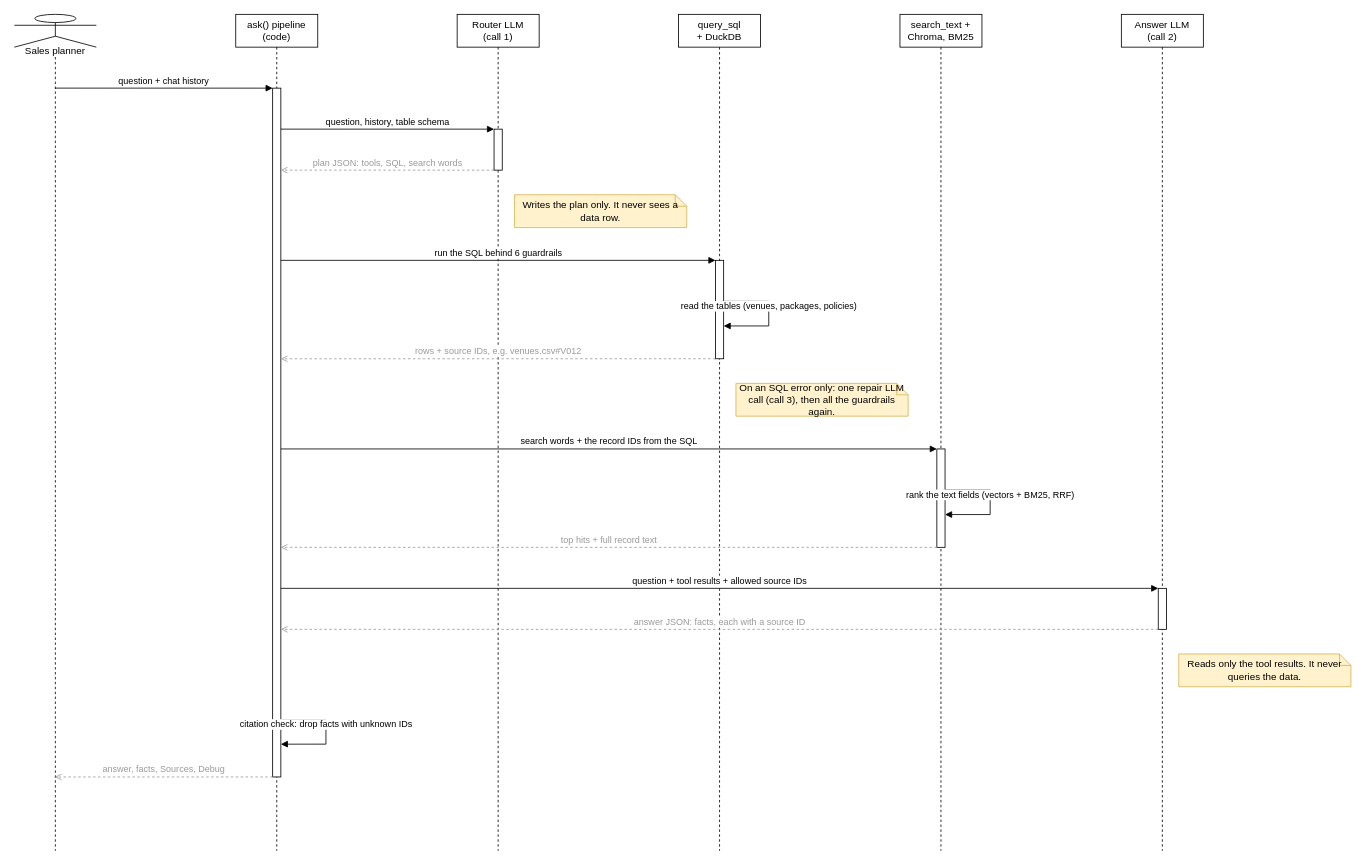
Earlier version of the draw.io diagram docs/diagrams/llm-calls.drawio (jaco-verryne/event-ai). Source tidied: cells renumbered, new cells numbered last; positions are measured from the earlier drawing's top-left corner, leaving out a move shared by most shapes. Both pictures are drawn from the tidied source at 82%, with x=0, y=0 at pixel (14, 14).
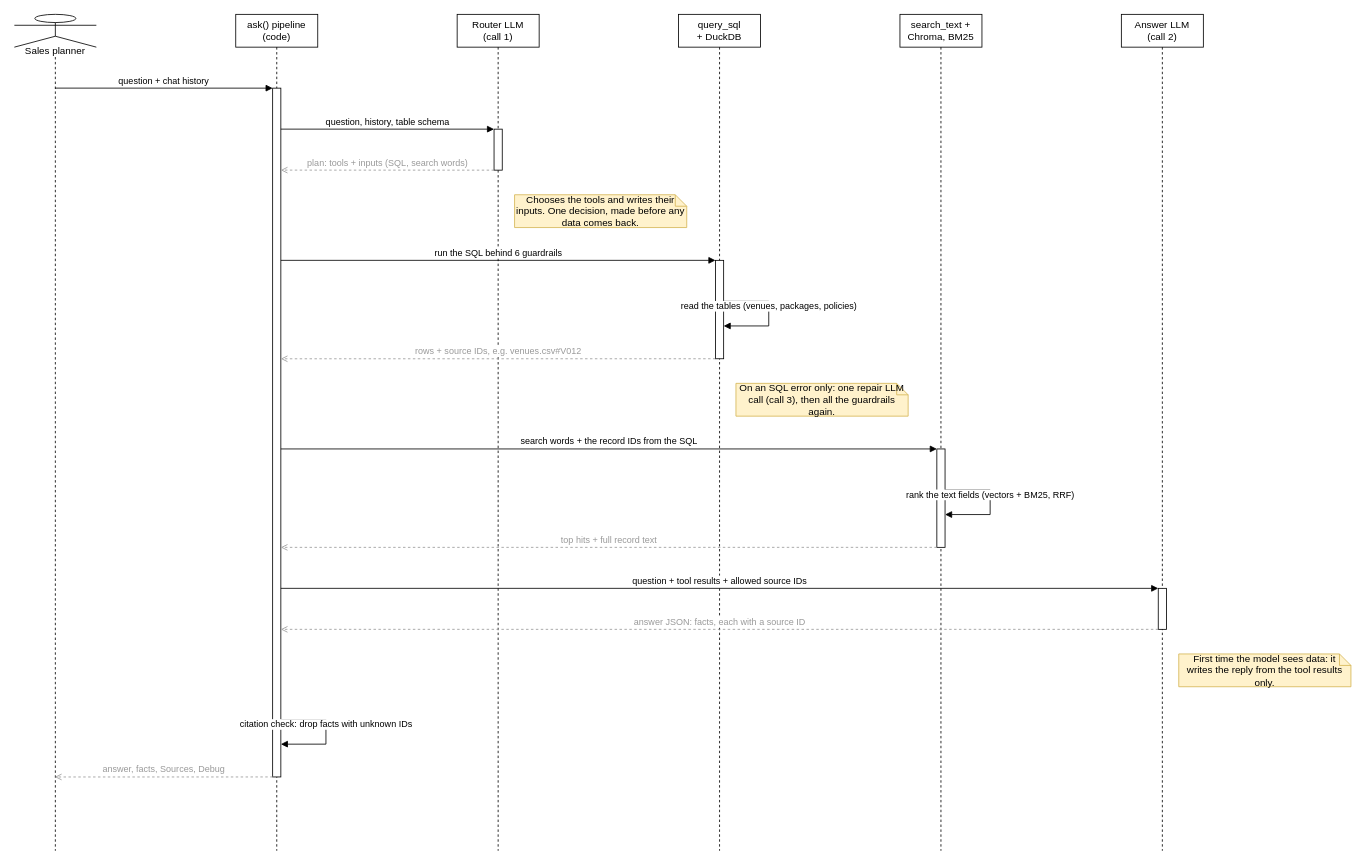
Above is the later version.

Commit message (it also covers changes not shown here):
Reword the LLM-call diagram: the router chooses, code executes

The change refers to these unchanged cells:
```xml
<mxCell id="8" style="html=1;points=[];perimeter=orthogonalPerimeter;outlineConnect=0;fillColor=#ffffff;" parent="4" vertex="1">
  <mxGeometry x="45" y="140" width="10" height="50" as="geometry" />
</mxCell>
<mxCell id="12" style="html=1;points=[];perimeter=orthogonalPerimeter;outlineConnect=0;fillColor=#ffffff;" parent="3" vertex="1">
  <mxGeometry x="45" y="90" width="10" height="840" as="geometry" />
</mxCell>
```

The edit, as a diff of the source:
```diff
@@
-    <mxCell id="15" value="plan JSON: tools, SQL, search words" style="html=1;verticalAlign=bottom;endArrow=open;dashed=1;curved=0;rounded=0;strokeColor=#999999;fontColor=#999999;exitX=0;exitY=1.0;entryX=1;entryY=0.119;" parent="1" edge="1" source="8" target="12">
+    <mxCell id="15" value="plan: tools + inputs (SQL, search words)" style="html=1;verticalAlign=bottom;endArrow=open;dashed=1;curved=0;rounded=0;strokeColor=#999999;fontColor=#999999;exitX=0;exitY=1.0;entryX=1;entryY=0.119;" parent="1" edge="1" source="8" target="12">
       <mxGeometry relative="1" as="geometry" />
     </mxCell>
-    <mxCell id="16" value="Writes the plan only. It never sees a data row." style="shape=note;whiteSpace=wrap;html=1;size=14;fillColor=#fff2cc;strokeColor=#d6b656;" parent="1" vertex="1">
+    <mxCell id="16" value="Chooses the tools and writes their inputs. One decision, made before any data comes back." style="shape=note;whiteSpace=wrap;html=1;size=14;fillColor=#fff2cc;strokeColor=#d6b656;" parent="1" vertex="1">
       <mxGeometry x="610" y="220" width="210" height="40" as="geometry" />
     </mxCell>
@@
-    <mxCell id="26" value="Reads only the tool results. It never queries the data." style="shape=note;whiteSpace=wrap;html=1;size=14;fillColor=#fff2cc;strokeColor=#d6b656;" parent="1" vertex="1">
+    <mxCell id="26" value="First time the model sees data: it writes the reply from the tool results only." style="shape=note;whiteSpace=wrap;html=1;size=14;fillColor=#fff2cc;strokeColor=#d6b656;" parent="1" vertex="1">
       <mxGeometry x="1420" y="780" width="210" height="40" as="geometry" />
     </mxCell>
```
